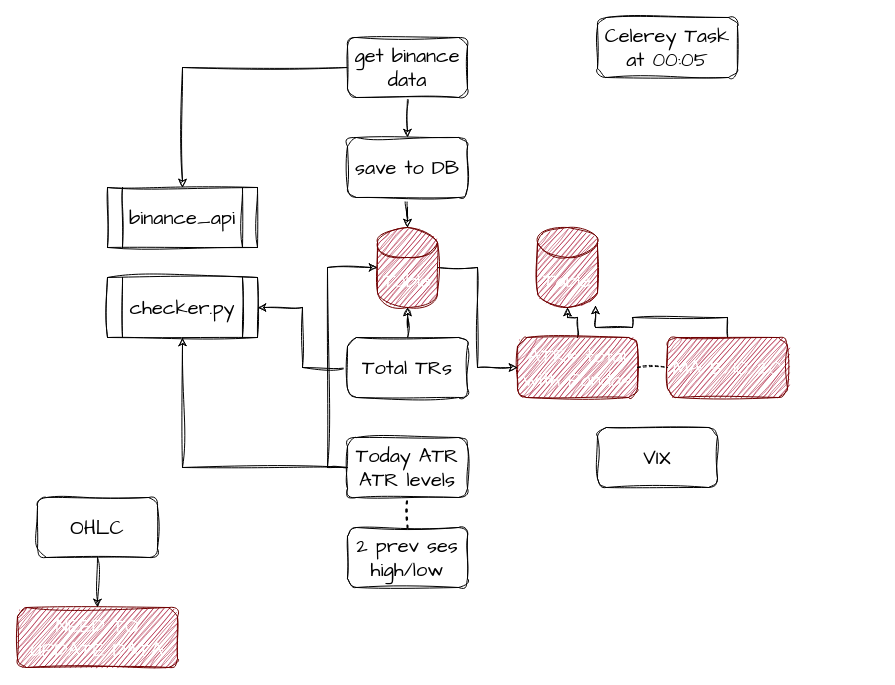
Above: page "Daily_atrs" (2 of 7) of structure.drawio in Kupavtsev/markets_data_handler (draw.io), before the change. Source tidied: cells renumbered, new cells numbered last; positions are measured from the earlier drawing's top-left corner, leaving out a move shared by most shapes. Both pictures are drawn from the tidied source at 100%, with x=0, y=0 at pixel (17, 17).
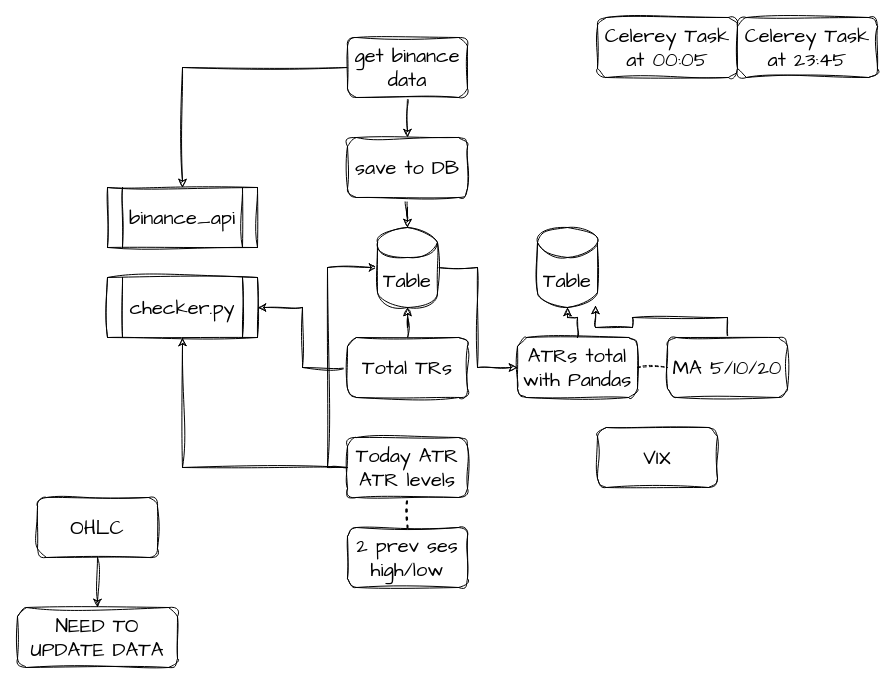
The same page after the edit.

What changed in the source:
```diff
@@
-    <mxCell id="14" value="ATRs total with Pandas" style="rounded=1;whiteSpace=wrap;html=1;sketch=1;hachureGap=4;jiggle=2;curveFitting=1;fontFamily=Architects Daughter;fontSize=20;fillColor=#a20025;fontColor=#ffffff;strokeColor=#6F0000;" parent="1" vertex="1">
+    <mxCell id="14" value="ATRs total with Pandas" style="rounded=1;whiteSpace=wrap;html=1;sketch=1;hachureGap=4;jiggle=2;curveFitting=1;fontFamily=Architects Daughter;fontSize=20;" parent="1" vertex="1">
       <mxGeometry x="500" y="320" width="120" height="60" as="geometry" />
     </mxCell>
-    <mxCell id="15" value="Table" style="shape=cylinder3;whiteSpace=wrap;html=1;boundedLbl=1;backgroundOutline=1;size=15;sketch=1;hachureGap=4;jiggle=2;curveFitting=1;fontFamily=Architects Daughter;fontSize=20;fillColor=#a20025;fontColor=#ffffff;strokeColor=#6F0000;" parent="1" vertex="1">
+    <mxCell id="15" value="Table" style="shape=cylinder3;whiteSpace=wrap;html=1;boundedLbl=1;backgroundOutline=1;size=15;sketch=1;hachureGap=4;jiggle=2;curveFitting=1;fontFamily=Architects Daughter;fontSize=20;" parent="1" vertex="1">
       <mxGeometry x="520" y="210" width="60" height="80" as="geometry" />
     </mxCell>
@@
-    <mxCell id="17" value="Table" style="shape=cylinder3;whiteSpace=wrap;html=1;boundedLbl=1;backgroundOutline=1;size=15;sketch=1;hachureGap=4;jiggle=2;curveFitting=1;fontFamily=Architects Daughter;fontSize=20;fillColor=#a20025;fontColor=#ffffff;strokeColor=#6F0000;" parent="1" vertex="1">
+    <mxCell id="17" value="Table" style="shape=cylinder3;whiteSpace=wrap;html=1;boundedLbl=1;backgroundOutline=1;size=15;sketch=1;hachureGap=4;jiggle=2;curveFitting=1;fontFamily=Architects Daughter;fontSize=20;" parent="1" vertex="1">
       <mxGeometry x="360" y="210" width="60" height="80" as="geometry" />
     </mxCell>
@@
-    <mxCell id="22" value="MA 5/10/20" style="rounded=1;whiteSpace=wrap;html=1;sketch=1;hachureGap=4;jiggle=2;curveFitting=1;fontFamily=Architects Daughter;fontSize=20;fillColor=#a20025;fontColor=#ffffff;strokeColor=#6F0000;" parent="1" vertex="1">
+    <mxCell id="22" value="MA 5/10/20" style="rounded=1;whiteSpace=wrap;html=1;sketch=1;hachureGap=4;jiggle=2;curveFitting=1;fontFamily=Architects Daughter;fontSize=20;" parent="1" vertex="1">
       <mxGeometry x="650" y="320" width="120" height="60" as="geometry" />
     </mxCell>
@@
-    <mxCell id="29" value="NEED TO UPDATE DATA" style="rounded=1;whiteSpace=wrap;html=1;sketch=1;hachureGap=4;jiggle=2;curveFitting=1;fontFamily=Architects Daughter;fontSize=20;fillColor=#a20025;fontColor=#ffffff;strokeColor=#6F0000;" parent="1" vertex="1">
+    <mxCell id="29" value="NEED TO UPDATE DATA" style="rounded=1;whiteSpace=wrap;html=1;sketch=1;hachureGap=4;jiggle=2;curveFitting=1;fontFamily=Architects Daughter;fontSize=20;" parent="1" vertex="1">
       <mxGeometry y="590" width="160" height="60" as="geometry" />
     </mxCell>
+    <mxCell id="30" value="Celerey Task at 23:45" style="rounded=1;whiteSpace=wrap;html=1;sketch=1;hachureGap=4;jiggle=2;curveFitting=1;fontFamily=Architects Daughter;fontSize=20;" parent="1" vertex="1">
+      <mxGeometry x="720" width="140" height="60" as="geometry" />
+    </mxCell>
```
